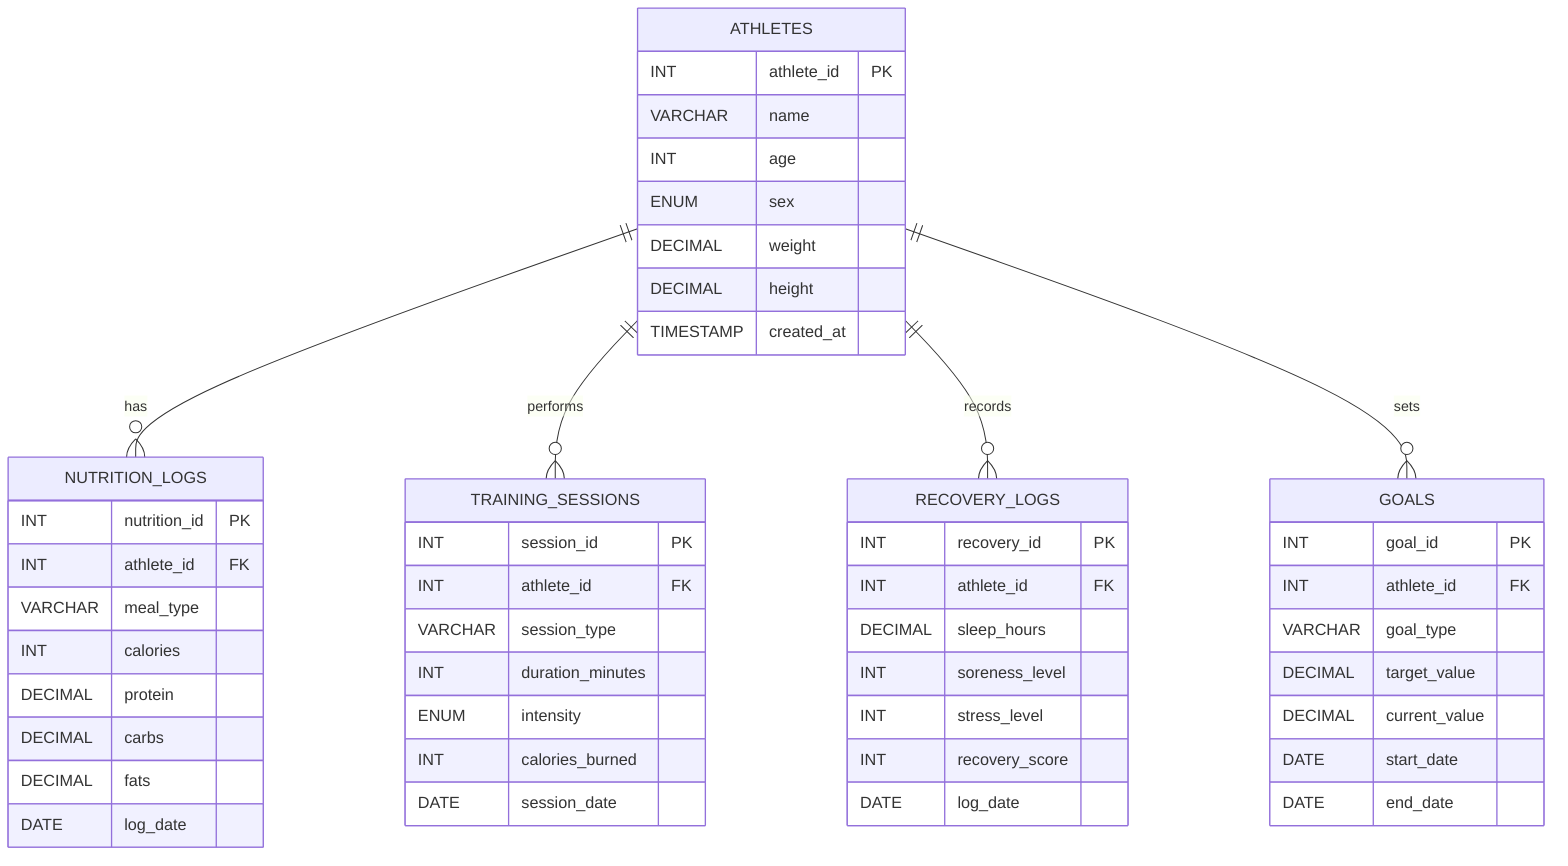
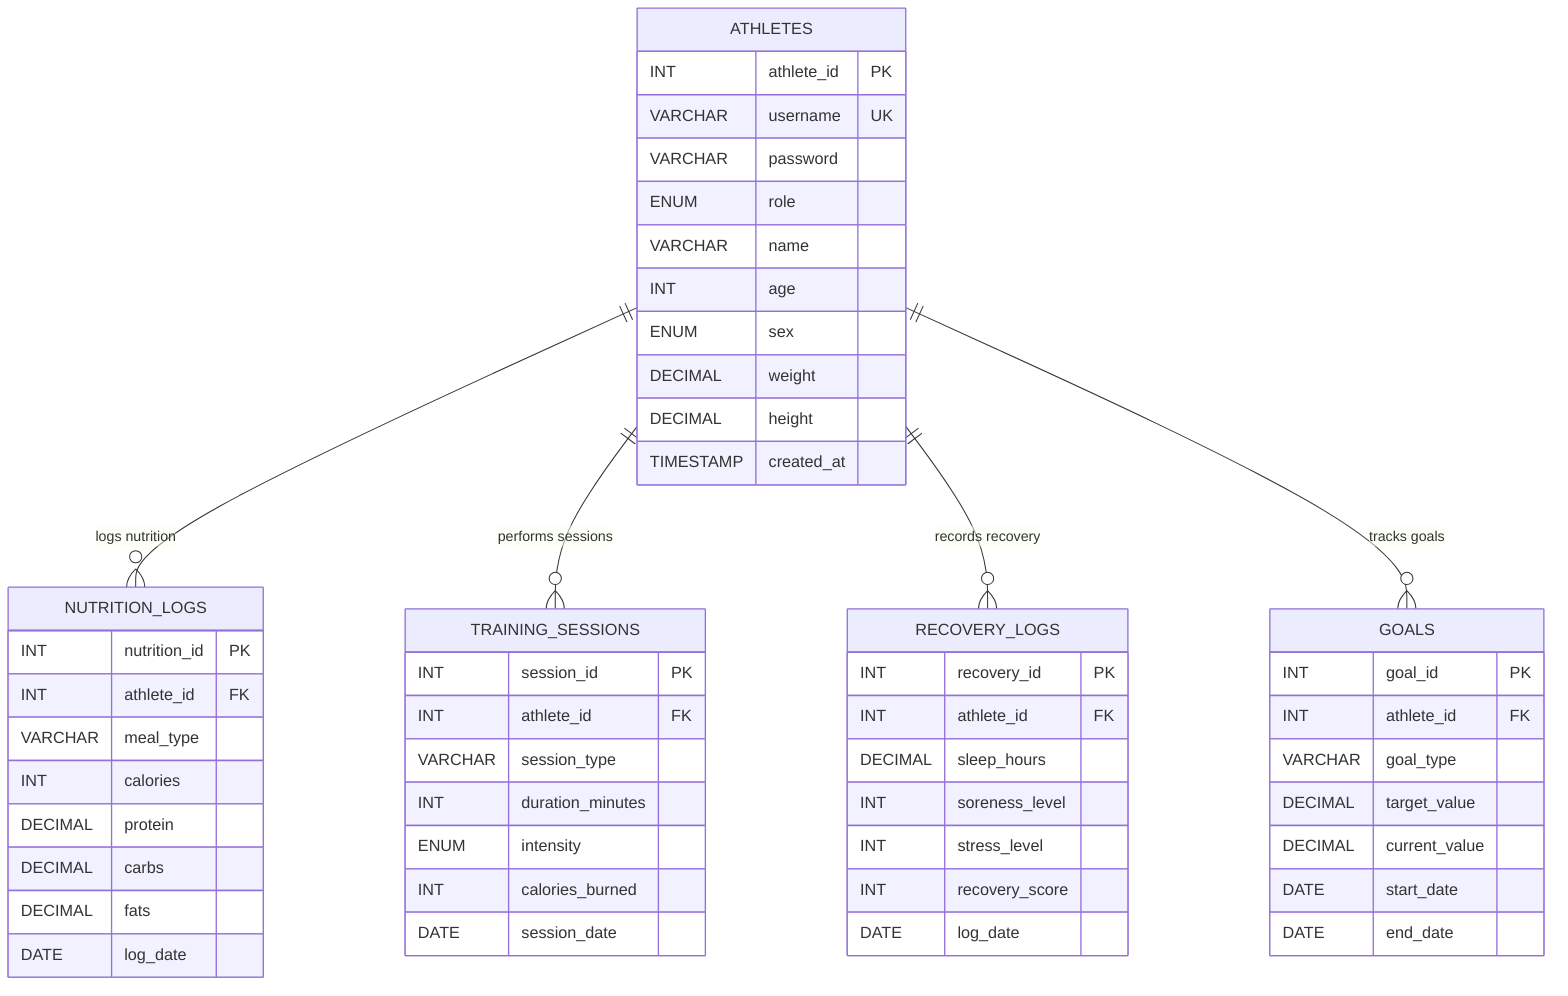
erDiagram
- 
    ATHLETES {
        INT athlete_id PK
+         VARCHAR username UK
+         VARCHAR password
+         ENUM role
        VARCHAR name
        INT age
        ENUM sex
        DECIMAL weight
        DECIMAL height
        TIMESTAMP created_at
    }

    NUTRITION_LOGS {
        INT nutrition_id PK
        INT athlete_id FK
        VARCHAR meal_type
        INT calories
        DECIMAL protein
        DECIMAL carbs
        DECIMAL fats
        DATE log_date
    }

    TRAINING_SESSIONS {
        INT session_id PK
        INT athlete_id FK
        VARCHAR session_type
        INT duration_minutes
        ENUM intensity
        INT calories_burned
        DATE session_date
    }

    RECOVERY_LOGS {
        INT recovery_id PK
        INT athlete_id FK
        DECIMAL sleep_hours
        INT soreness_level
        INT stress_level
        INT recovery_score
        DATE log_date
    }

    GOALS {
        INT goal_id PK
        INT athlete_id FK
        VARCHAR goal_type
        DECIMAL target_value
        DECIMAL current_value
        DATE start_date
        DATE end_date
    }

-     ATHLETES ||--o{ NUTRITION_LOGS : has
-     ATHLETES ||--o{ TRAINING_SESSIONS : performs
-     ATHLETES ||--o{ RECOVERY_LOGS : records
-     ATHLETES ||--o{ GOALS : sets+     ATHLETES ||--o{ NUTRITION_LOGS : "logs nutrition"
+     ATHLETES ||--o{ TRAINING_SESSIONS : "performs sessions"
+     ATHLETES ||--o{ RECOVERY_LOGS : "records recovery"
+     ATHLETES ||--o{ GOALS : "tracks goals"